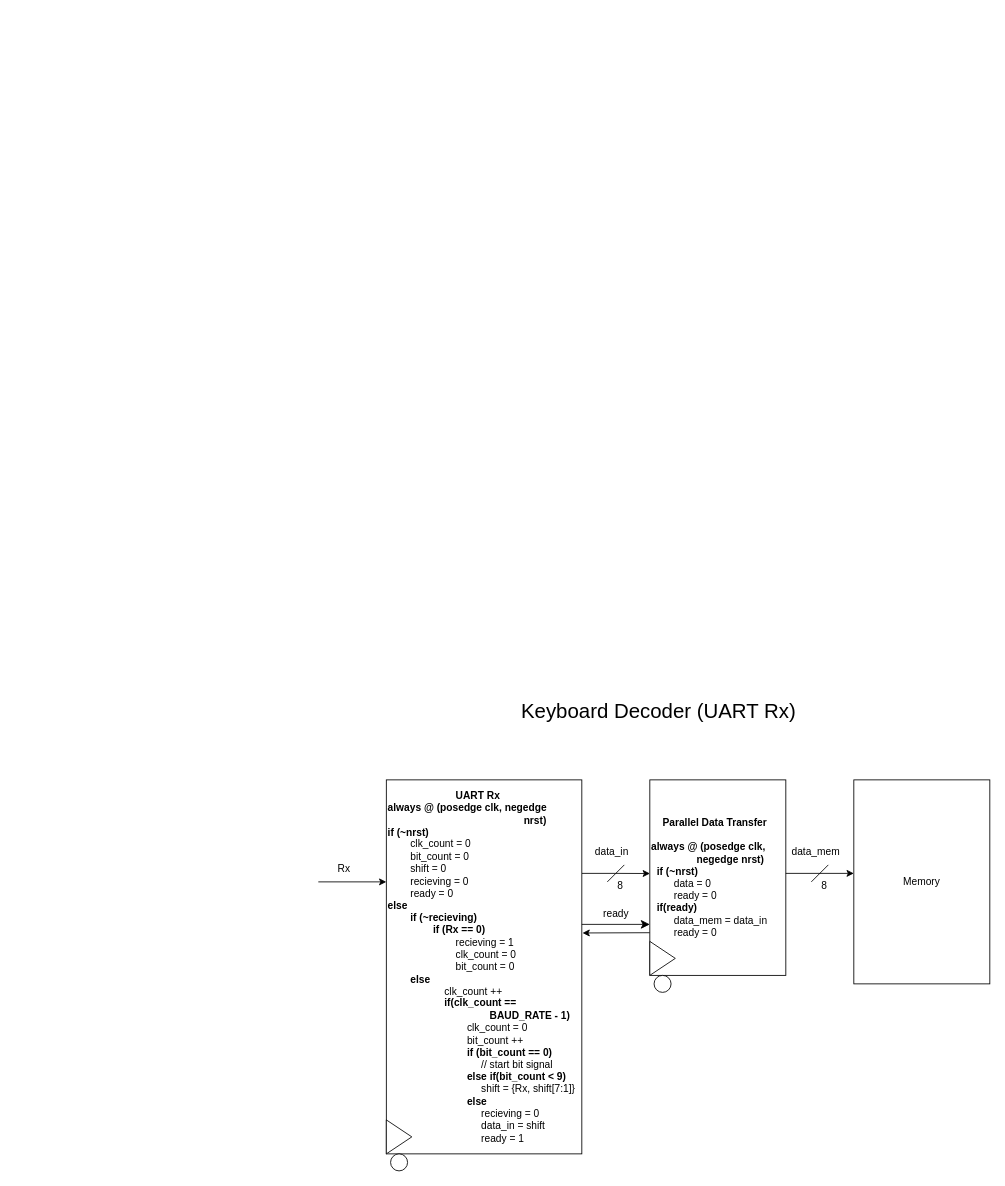
The draw.io diagram Keyboard_Decoder.drawio in limichael246/STARS_2024, before the edit. Source tidied: cells renumbered, new cells numbered last; positions are measured from the earlier drawing's top-left corner, leaving out a move shared by most shapes. Both pictures are drawn from the tidied source at 85%, with x=0, y=0 at pixel (318, 694).
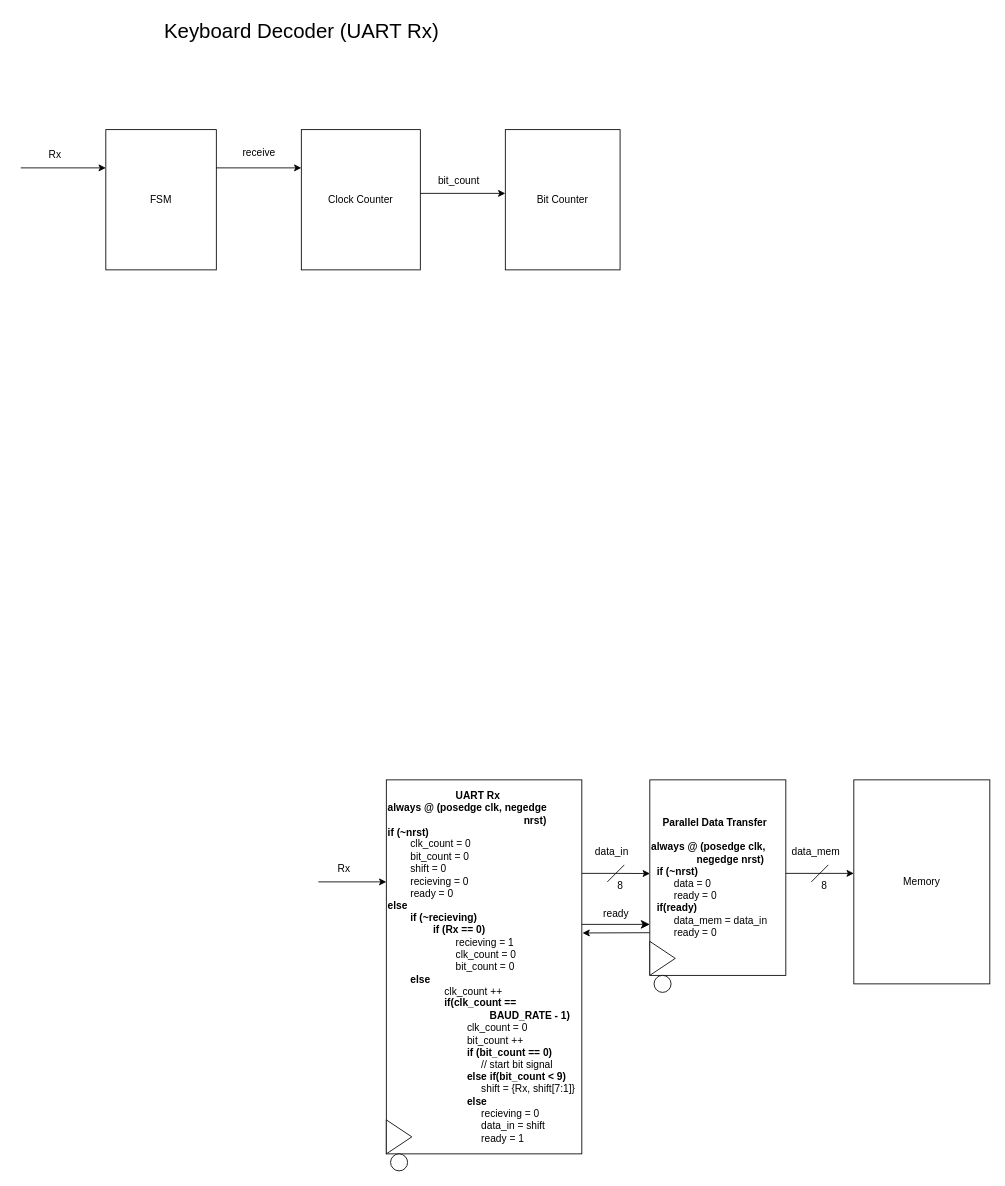
The same diagram, later.

What changed in the source:
```diff
@@
     <mxCell id="2" value="&lt;font style=&quot;font-size: 24px;&quot;&gt;Keyboard Decoder (UART Rx)&lt;/font&gt;" style="text;html=1;align=center;verticalAlign=middle;strokeColor=none;fillColor=none;" parent="1" vertex="1">
-      <mxGeometry x="225" width="350" height="40" as="geometry" />
+      <mxGeometry x="-195" y="-800" width="350" height="40" as="geometry" />
     </mxCell>
@@
+    <mxCell id="23" style="edgeStyle=none;orthogonalLoop=1;jettySize=auto;html=1;rounded=0;" parent="1" edge="1">
+      <mxGeometry relative="1" as="geometry">
+        <mxPoint x="-350" y="-620" as="sourcePoint" />
+        <mxPoint x="-250" y="-620" as="targetPoint" />
+      </mxGeometry>
+    </mxCell>
+    <mxCell id="24" value="Rx" style="text;html=1;align=center;verticalAlign=middle;strokeColor=none;fillColor=none;" parent="1" vertex="1">
+      <mxGeometry x="-330" y="-650" width="40" height="30" as="geometry" />
+    </mxCell>
+    <mxCell id="25" value="FSM" style="whiteSpace=wrap;html=1;" parent="1" vertex="1">
+      <mxGeometry x="-250" y="-665" width="130" height="165" as="geometry" />
+    </mxCell>
+    <mxCell id="26" style="edgeStyle=none;orthogonalLoop=1;jettySize=auto;html=1;rounded=0;" parent="1" edge="1">
+      <mxGeometry relative="1" as="geometry">
+        <mxPoint x="-120" y="-620" as="sourcePoint" />
+        <mxPoint x="-20" y="-620" as="targetPoint" />
+      </mxGeometry>
+    </mxCell>
+    <mxCell id="27" value="receive" style="text;html=1;align=center;verticalAlign=middle;strokeColor=none;fillColor=none;" parent="1" vertex="1">
+      <mxGeometry x="-100" y="-652" width="60" height="30" as="geometry" />
+    </mxCell>
+    <mxCell id="28" value="Clock Counter" style="whiteSpace=wrap;html=1;" parent="1" vertex="1">
+      <mxGeometry x="-20" y="-665" width="140" height="165" as="geometry" />
+    </mxCell>
+    <mxCell id="29" value="Bit Counter" style="whiteSpace=wrap;html=1;" parent="1" vertex="1">
+      <mxGeometry x="220" y="-665" width="135" height="165" as="geometry" />
+    </mxCell>
+    <mxCell id="30" style="edgeStyle=none;orthogonalLoop=1;jettySize=auto;html=1;rounded=0;" parent="1" edge="1">
+      <mxGeometry relative="1" as="geometry">
+        <mxPoint x="120" y="-590" as="sourcePoint" />
+        <mxPoint x="220" y="-590" as="targetPoint" />
+      </mxGeometry>
+    </mxCell>
+    <mxCell id="31" value="&lt;div&gt;&lt;span style=&quot;background-color: initial;&quot;&gt;bit_count&lt;/span&gt;&lt;br&gt;&lt;/div&gt;" style="text;html=1;align=center;verticalAlign=middle;strokeColor=none;fillColor=none;" parent="1" vertex="1">
+      <mxGeometry x="130" y="-620" width="70" height="30" as="geometry" />
+    </mxCell>
```
